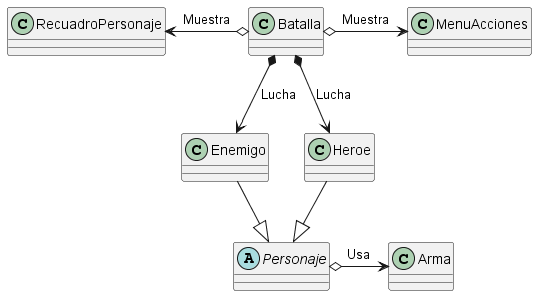
Before: out/Grupo1/MDominio/ClasesSimple/ClasesSimple.png, a diagram exported from PlantUML (mmasias/IdSw2-22-23). Source of this version:
```plantuml
@startuml ClasesSimple

class Batalla{

}

abstract Personaje{

}

class Arma {

}


class Enemigo{

}

class Heroe{

}

class RecuadroPersonaje {

}

class MenuAcciones {

}


Batalla o-l-> RecuadroPersonaje : Muestra
Batalla o-r-> MenuAcciones : Muestra

Personaje <|-u- Heroe
Personaje <|-u- Enemigo

Batalla *-d-> Heroe : Lucha
Batalla *-d-> Enemigo : Lucha

Personaje o-r-> Arma : Usa



@enduml
```
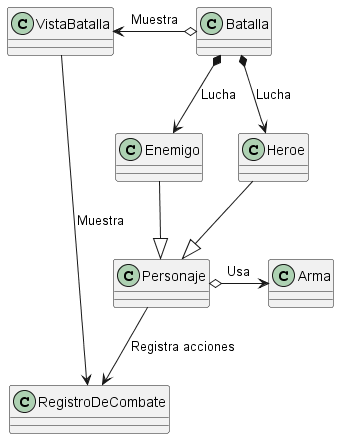
The same diagram one commit later.

The edit, as a diff of the source:
```diff
@@ -1,37 +1,6 @@
 @startuml ClasesSimple
 
-class Batalla{
-
-}
-
-abstract Personaje{
-
-}
-
-class Arma {
-
-}
-
-
-class Enemigo{
-
-}
-
-class Heroe{
-
-}
-
-class RecuadroPersonaje {
-
-}
-
-class MenuAcciones {
-
-}
-
-
-Batalla o-l-> RecuadroPersonaje : Muestra
-Batalla o-r-> MenuAcciones : Muestra
+Batalla o-l-> VistaBatalla : Muestra
 
 Personaje <|-u- Heroe
 Personaje <|-u- Enemigo
@@ -41,6 +10,9 @@
 
 Personaje o-r-> Arma : Usa
 
+Personaje --> RegistroDeCombate : Registra acciones
+VistaBatalla --> RegistroDeCombate : Muestra
+
 
 
 @enduml
```
